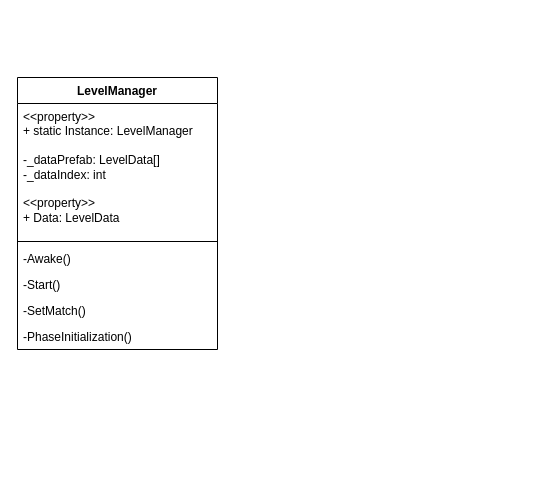
Earlier version of the draw.io diagram YDYC Documents/YDYC_Class_Diagram.drawio (letusgetLogic/your_dice_your_choice). Source tidied: cells renumbered, new cells numbered last; positions are measured from the earlier drawing's top-left corner, leaving out a move shared by most shapes. Both pictures are drawn from the tidied source at 100%, with x=0, y=0 at pixel (17, 77).
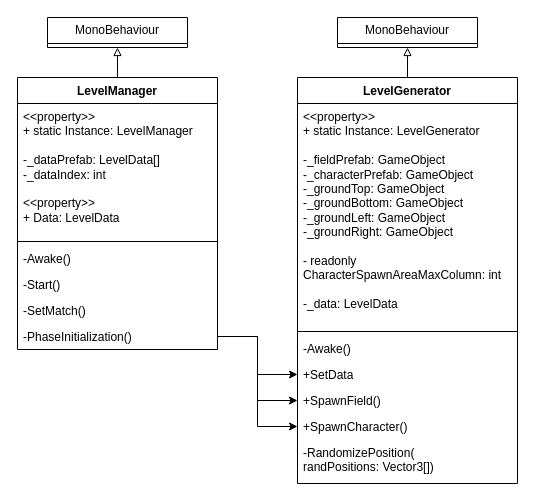
Above is the later version.

Unchanged cells that the change refers to:
```xml
<mxCell id="2" value="LevelManager" style="swimlane;fontStyle=1;align=center;verticalAlign=top;horizontal=1;startSize=26;whiteSpace=wrap;html=1;" parent="1" vertex="1">
  <mxGeometry width="200" height="272" as="geometry" />
</mxCell>
<mxCell id="8" value="-PhaseInitialization()" style="text;strokeColor=none;fillColor=none;align=left;verticalAlign=top;spacingLeft=4;spacingRight=4;overflow=hidden;points=[[0,0.5],[1,0.5]];portConstraint=eastwest;whiteSpace=wrap;html=1;" parent="2" vertex="1">
  <mxGeometry y="246" width="200" height="26" as="geometry" />
</mxCell>
```

The edit, as a diff of the source:
```diff
@@
+    <mxCell id="9" style="edgeStyle=orthogonalEdgeStyle;rounded=0;jettySize=auto;html=1;exitX=0.5;exitY=0;exitDx=0;exitDy=0;entryX=0.5;entryY=1;entryDx=0;entryDy=0;endArrow=block;endFill=0;" parent="1" edge="1" target="18">
+      <mxGeometry relative="1" as="geometry">
+        <mxPoint x="405" as="sourcePoint" />
+      </mxGeometry>
+    </mxCell>
+    <mxCell id="10" value="LevelGenerator" style="swimlane;fontStyle=1;align=center;verticalAlign=top;horizontal=1;startSize=26;whiteSpace=wrap;html=1;" parent="1" vertex="1">
+      <mxGeometry x="280" width="220" height="406" as="geometry" />
+    </mxCell>
+    <mxCell id="11" value="&amp;lt;&amp;lt;property&amp;gt;&amp;gt;&lt;div&gt;+ static Instance: LevelGenerator&lt;/div&gt;&lt;div&gt;&lt;br&gt;&lt;/div&gt;&lt;div&gt;-_fieldPrefab: GameObject&lt;/div&gt;&lt;div&gt;-_&lt;span style=&quot;background-color: transparent; color: light-dark(rgb(0, 0, 0), rgb(255, 255, 255));&quot;&gt;characterPrefab: GameObject&lt;/span&gt;&lt;/div&gt;&lt;div&gt;-_groundTop: GameObject&lt;/div&gt;&lt;div&gt;-_groundBottom: GameObject&lt;/div&gt;&lt;div&gt;-_groundLeft: GameObject&lt;/div&gt;&lt;div&gt;-_groundRight: GameObject&lt;/div&gt;&lt;div&gt;&lt;br&gt;&lt;/div&gt;&lt;div&gt;- readonly CharacterSpawnAreaMaxColumn: int&lt;/div&gt;&lt;div&gt;&lt;br&gt;&lt;/div&gt;&lt;div&gt;-_data: LevelData&lt;/div&gt;" style="text;strokeColor=none;fillColor=none;align=left;verticalAlign=top;spacingLeft=4;spacingRight=4;overflow=hidden;whiteSpace=wrap;html=1;" parent="10" vertex="1">
+      <mxGeometry y="26" width="220" height="224" as="geometry" />
+    </mxCell>
+    <mxCell id="12" style="line;strokeWidth=1;fillColor=none;align=left;verticalAlign=middle;spacingTop=-1;spacingLeft=3;spacingRight=3;labelPosition=right;strokeColor=inherit;" parent="10" vertex="1">
+      <mxGeometry y="250" width="220" height="8" as="geometry" />
+    </mxCell>
+    <mxCell id="13" value="-Awake()" style="text;strokeColor=none;fillColor=none;align=left;verticalAlign=top;spacingLeft=4;spacingRight=4;overflow=hidden;whiteSpace=wrap;html=1;" parent="10" vertex="1">
+      <mxGeometry y="258" width="220" height="26" as="geometry" />
+    </mxCell>
+    <mxCell id="14" value="+SetData" style="text;strokeColor=none;fillColor=none;align=left;verticalAlign=top;spacingLeft=4;spacingRight=4;overflow=hidden;points=[[0,0.5],[1,0.5]];portConstraint=eastwest;whiteSpace=wrap;html=1;" parent="10" vertex="1">
+      <mxGeometry y="284" width="220" height="26" as="geometry" />
+    </mxCell>
+    <mxCell id="15" value="+SpawnField()" style="text;strokeColor=none;fillColor=none;align=left;verticalAlign=top;spacingLeft=4;spacingRight=4;overflow=hidden;points=[[0,0.5],[1,0.5]];portConstraint=eastwest;whiteSpace=wrap;html=1;" parent="10" vertex="1">
+      <mxGeometry y="310" width="220" height="26" as="geometry" />
+    </mxCell>
+    <mxCell id="16" value="+SpawnCharacter()" style="text;strokeColor=none;fillColor=none;align=left;verticalAlign=top;spacingLeft=4;spacingRight=4;overflow=hidden;points=[[0,0.5],[1,0.5]];portConstraint=eastwest;whiteSpace=wrap;html=1;" parent="10" vertex="1">
+      <mxGeometry y="336" width="220" height="26" as="geometry" />
+    </mxCell>
+    <mxCell id="17" value="-RandomizePosition(&lt;div&gt;randPositions: Vector3[])&lt;/div&gt;" style="text;strokeColor=none;fillColor=none;align=left;verticalAlign=top;spacingLeft=4;spacingRight=4;overflow=hidden;whiteSpace=wrap;html=1;" parent="10" vertex="1">
+      <mxGeometry y="362" width="220" height="44" as="geometry" />
+    </mxCell>
+    <mxCell id="18" value="MonoBehaviour" style="swimlane;fontStyle=0;horizontal=1;startSize=26;fillColor=none;whiteSpace=wrap;html=1;" parent="1" vertex="1">
+      <mxGeometry x="320" y="-60" width="140" height="30" as="geometry" />
+    </mxCell>
+    <mxCell id="19" style="edgeStyle=orthogonalEdgeStyle;rounded=0;jettySize=auto;html=1;exitX=0.5;exitY=0;exitDx=0;exitDy=0;entryX=0.5;entryY=1;entryDx=0;entryDy=0;endArrow=block;endFill=0;" parent="1" edge="1" source="2" target="20">
+      <mxGeometry relative="1" as="geometry" />
+    </mxCell>
+    <mxCell id="20" value="MonoBehaviour" style="swimlane;fontStyle=0;horizontal=1;startSize=26;fillColor=none;whiteSpace=wrap;html=1;" parent="1" vertex="1">
+      <mxGeometry x="30" y="-60" width="140" height="30" as="geometry" />
+    </mxCell>
+    <mxCell id="21" style="edgeStyle=orthogonalEdgeStyle;rounded=0;jettySize=auto;html=1;exitX=1;exitY=0.5;exitDx=0;exitDy=0;entryX=0;entryY=0.5;entryDx=0;entryDy=0;" parent="1" edge="1" source="8" target="14">
+      <mxGeometry relative="1" as="geometry" />
+    </mxCell>
+    <mxCell id="22" style="edgeStyle=orthogonalEdgeStyle;rounded=0;jettySize=auto;html=1;exitX=1;exitY=0.5;exitDx=0;exitDy=0;entryX=0;entryY=0.5;entryDx=0;entryDy=0;" parent="1" edge="1" source="8" target="15">
+      <mxGeometry relative="1" as="geometry" />
+    </mxCell>
+    <mxCell id="23" style="edgeStyle=orthogonalEdgeStyle;rounded=0;jettySize=auto;html=1;exitX=1;exitY=0.5;exitDx=0;exitDy=0;entryX=0;entryY=0.5;entryDx=0;entryDy=0;" parent="1" edge="1" source="8" target="16">
+      <mxGeometry relative="1" as="geometry" />
+    </mxCell>
```
